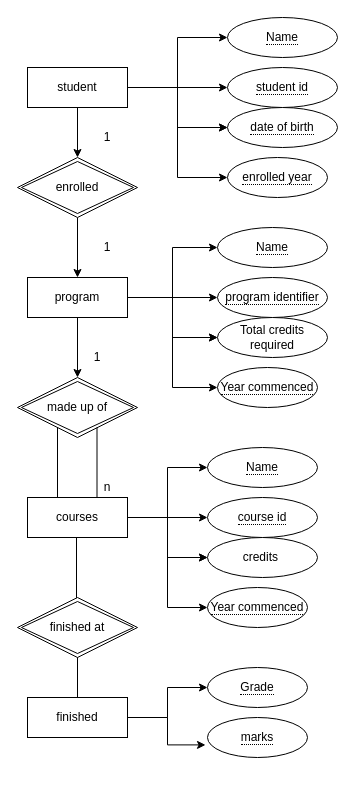
This is Untitled Diagram.drawio from GurramkondaYaswanth/lab-jdbc-connection, a draw.io file, before an edit. Source tidied: cells renumbered, new cells numbered last; positions are measured from the earlier drawing's top-left corner, leaving out a move shared by most shapes. Both pictures are drawn from the tidied source at 100%, with x=0, y=0 at pixel (17, 17).
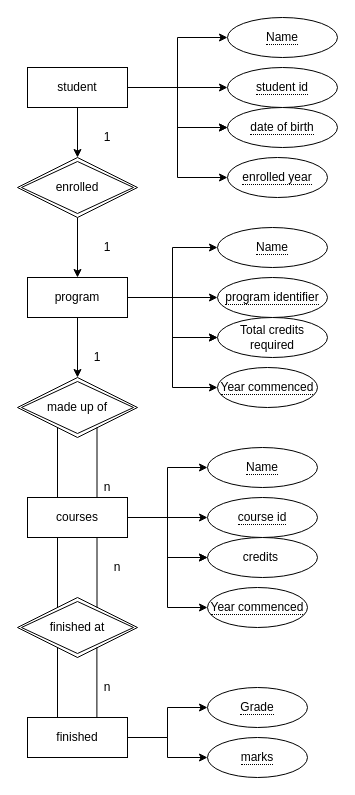
Above is the later version.

Unchanged cells that the change refers to:
```xml
<mxCell id="48" value="finished at" style="shape=rhombus;double=1;perimeter=rhombusPerimeter;whiteSpace=wrap;html=1;align=center;" parent="1" vertex="1">
  <mxGeometry y="580" width="120" height="60" as="geometry" />
</mxCell>
```

Diff of the diagram source:
```diff
@@
+    <mxCell id="50" value="&lt;span style=&quot;border-bottom: 1px dotted&quot;&gt;marks&lt;/span&gt;" style="ellipse;whiteSpace=wrap;html=1;align=center;" parent="1" vertex="1">
+      <mxGeometry x="190" y="720" width="100" height="40" as="geometry" />
+    </mxCell>
+    <mxCell id="51" value="&lt;span style=&quot;border-bottom: 1px dotted&quot;&gt;Grade&lt;/span&gt;" style="ellipse;whiteSpace=wrap;html=1;align=center;" parent="1" vertex="1">
+      <mxGeometry x="190" y="670" width="100" height="40" as="geometry" />
+    </mxCell>
@@
-    <mxCell id="44" style="edgeStyle=orthogonalEdgeStyle;rounded=0;jettySize=auto;html=1;exitX=1;exitY=0.5;exitDx=0;exitDy=0;entryX=-0.02;entryY=0.685;entryDx=0;entryDy=0;entryPerimeter=0;" parent="1" edge="1" source="45" target="50">
+    <mxCell id="44" style="edgeStyle=orthogonalEdgeStyle;rounded=0;jettySize=auto;html=1;" parent="1" edge="1" source="45" target="50">
       <mxGeometry relative="1" as="geometry" />
     </mxCell>
     <mxCell id="45" value="finished" style="whiteSpace=wrap;html=1;align=center;" parent="1" vertex="1">
-      <mxGeometry x="10" y="680" width="100" height="40" as="geometry" />
+      <mxGeometry x="10" y="700" width="100" height="40" as="geometry" />
     </mxCell>
-    <mxCell id="46" style="endArrow=none;html=1;" parent="1" edge="1">
-      <mxGeometry relative="1" as="geometry">
-        <mxPoint x="59" y="590" as="sourcePoint" />
-        <mxPoint x="59" y="520" as="targetPoint" />
-      </mxGeometry>
-    </mxCell>
-    <mxCell id="47" style="endArrow=none;html=1;" parent="1" edge="1" source="48">
-      <mxGeometry relative="1" as="geometry">
-        <mxPoint x="60" y="610" as="targetPoint" />
-      </mxGeometry>
-    </mxCell>
+    <mxCell id="52" style="endArrow=none;html=1;" parent="1" edge="1" source="48">
+      <mxGeometry relative="1" as="geometry">
+        <mxPoint x="60" y="610" as="targetPoint" />
+      </mxGeometry>
+    </mxCell>
@@
-    <mxCell id="49" style="endArrow=none;html=1;" parent="1" edge="1" target="48">
-      <mxGeometry relative="1" as="geometry">
-        <mxPoint x="60" y="680" as="sourcePoint" />
-      </mxGeometry>
-    </mxCell>
-    <mxCell id="50" value="&lt;span style=&quot;border-bottom: 1px dotted&quot;&gt;marks&lt;/span&gt;" style="ellipse;whiteSpace=wrap;html=1;align=center;" parent="1" vertex="1">
-      <mxGeometry x="190" y="700" width="100" height="40" as="geometry" />
-    </mxCell>
-    <mxCell id="51" value="&lt;span style=&quot;border-bottom: 1px dotted&quot;&gt;Grade&lt;/span&gt;" style="ellipse;whiteSpace=wrap;html=1;align=center;" parent="1" vertex="1">
-      <mxGeometry x="190" y="650" width="100" height="40" as="geometry" />
-    </mxCell>
+    <mxCell id="53" style="endArrow=none;html=1;" parent="1" edge="1">
+      <mxGeometry relative="1" as="geometry">
+        <mxPoint x="40" y="700" as="sourcePoint" />
+        <mxPoint x="40" y="630" as="targetPoint" />
+      </mxGeometry>
+    </mxCell>
+    <mxCell id="54" style="endArrow=none;html=1;" parent="1" edge="1">
+      <mxGeometry relative="1" as="geometry">
+        <mxPoint x="79.4" y="700" as="sourcePoint" />
+        <mxPoint x="79.4" y="630" as="targetPoint" />
+      </mxGeometry>
+    </mxCell>
+    <mxCell id="55" value="n" style="text;html=1;strokeColor=none;fillColor=none;align=center;verticalAlign=middle;whiteSpace=wrap;rounded=0;" parent="1" vertex="1">
+      <mxGeometry x="80" y="540" width="40" height="20" as="geometry" />
+    </mxCell>
+    <mxCell id="56" value="n" style="text;html=1;strokeColor=none;fillColor=none;align=center;verticalAlign=middle;whiteSpace=wrap;rounded=0;" parent="1" vertex="1">
+      <mxGeometry x="70" y="660" width="40" height="20" as="geometry" />
+    </mxCell>
+    <mxCell id="57" style="endArrow=none;html=1;" parent="1" edge="1">
+      <mxGeometry relative="1" as="geometry">
+        <mxPoint x="79.5" y="590" as="sourcePoint" />
+        <mxPoint x="79.5" y="520" as="targetPoint" />
+      </mxGeometry>
+    </mxCell>
+    <mxCell id="58" style="endArrow=none;html=1;" parent="1" edge="1">
+      <mxGeometry relative="1" as="geometry">
+        <mxPoint x="40" y="590" as="sourcePoint" />
+        <mxPoint x="40" y="520" as="targetPoint" />
+      </mxGeometry>
+    </mxCell>
```
